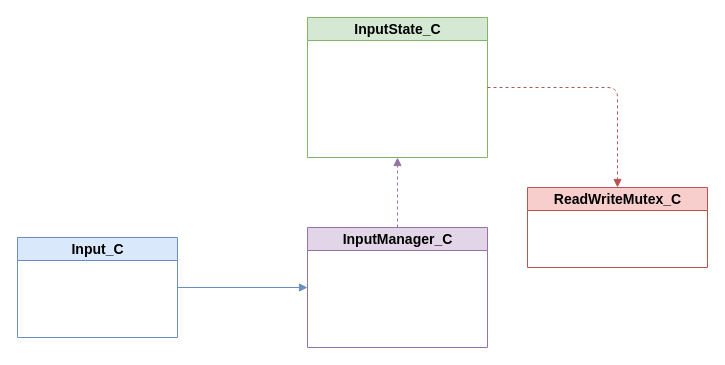
Above: docs/input/diagrams/input.drawio in vertexnova/vneevents (draw.io), before the change. Source tidied: cells renumbered, new cells numbered last; positions are measured from the earlier drawing's top-left corner, leaving out a move shared by most shapes. Both pictures are drawn from the tidied source at 100%, with x=0, y=0 at pixel (17, 17).
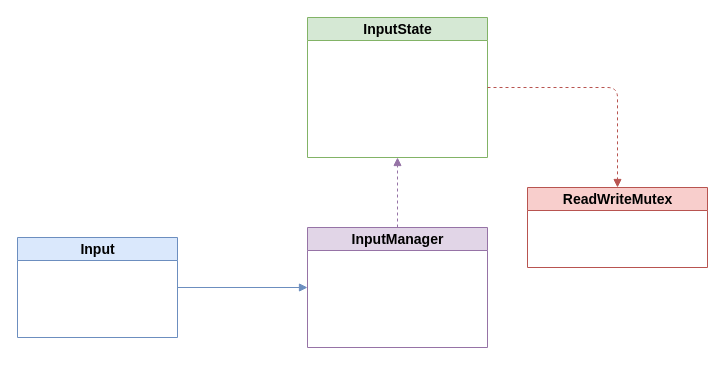
The same diagram, later.

Commit message (it also covers changes not shown here):
Remove _C suffix from class names in Doxygen diagrams

- Remove _C suffix from all class names in draw.io diagrams
- Keep _I suffix for interfaces (EventListener_I, Event_I)
- Keep _TP suffix for type parameters (EventType_TP, etc.)
- Update both events.drawio and input.drawio diagrams
- Aligns with coding guidelines: PascalCase for classes, no _C suffix

Diff of the diagram source:
```diff
@@
 <mxGraphModel>
   <root>
     <mxCell id="0" />
     <mxCell id="1" parent="0" />
-    <mxCell id="2" value="Input_C" style="swimlane;html=1;fillColor=#dae8fc;strokeColor=#6c8ebf;fontSize=14;fontStyle=1;" parent="1" vertex="1">
+    <mxCell id="2" value="Input" style="swimlane;html=1;fillColor=#dae8fc;strokeColor=#6c8ebf;fontSize=14;fontStyle=1;" parent="1" vertex="1">
       <mxGeometry y="220" width="160" height="100" as="geometry" />
     </mxCell>
-    <mxCell id="3" value="InputManager_C" style="swimlane;html=1;fillColor=#e1d5e7;strokeColor=#9673a6;fontSize=14;fontStyle=1;" parent="1" vertex="1">
+    <mxCell id="3" value="InputManager" style="swimlane;html=1;fillColor=#e1d5e7;strokeColor=#9673a6;fontSize=14;fontStyle=1;" parent="1" vertex="1">
       <mxGeometry x="290" y="210" width="180" height="120" as="geometry" />
     </mxCell>
-    <mxCell id="4" value="InputState_C" style="swimlane;html=1;fillColor=#d5e8d4;strokeColor=#82b366;fontSize=14;fontStyle=1;" parent="1" vertex="1">
+    <mxCell id="4" value="InputState" style="swimlane;html=1;fillColor=#d5e8d4;strokeColor=#82b366;fontSize=14;fontStyle=1;" parent="1" vertex="1">
       <mxGeometry x="290" width="180" height="140" as="geometry" />
     </mxCell>
     <mxCell id="5" style="edgeStyle=orthogonalEdgeStyle;endArrow=block;html=1;strokeColor=#6c8ebf;" parent="1" edge="1" source="2" target="3">
       <mxGeometry relative="1" as="geometry" />
     </mxCell>
     <mxCell id="6" style="edgeStyle=orthogonalEdgeStyle;endArrow=block;html=1;strokeColor=#9673a6;dashed=1;" parent="1" edge="1" source="3" target="4">
       <mxGeometry relative="1" as="geometry" />
     </mxCell>
-    <mxCell id="7" value="ReadWriteMutex_C" style="swimlane;html=1;fillColor=#f8cecc;strokeColor=#b85450;fontSize=14;fontStyle=1;" parent="1" vertex="1">
+    <mxCell id="7" value="ReadWriteMutex" style="swimlane;html=1;fillColor=#f8cecc;strokeColor=#b85450;fontSize=14;fontStyle=1;" parent="1" vertex="1">
       <mxGeometry x="510" y="170" width="180" height="80" as="geometry" />
     </mxCell>
     <mxCell id="8" style="edgeStyle=orthogonalEdgeStyle;endArrow=block;html=1;strokeColor=#b85450;dashed=1;" parent="1" edge="1" source="4" target="7">
       <mxGeometry relative="1" as="geometry" />
     </mxCell>
   </root>
 </mxGraphModel>
```
